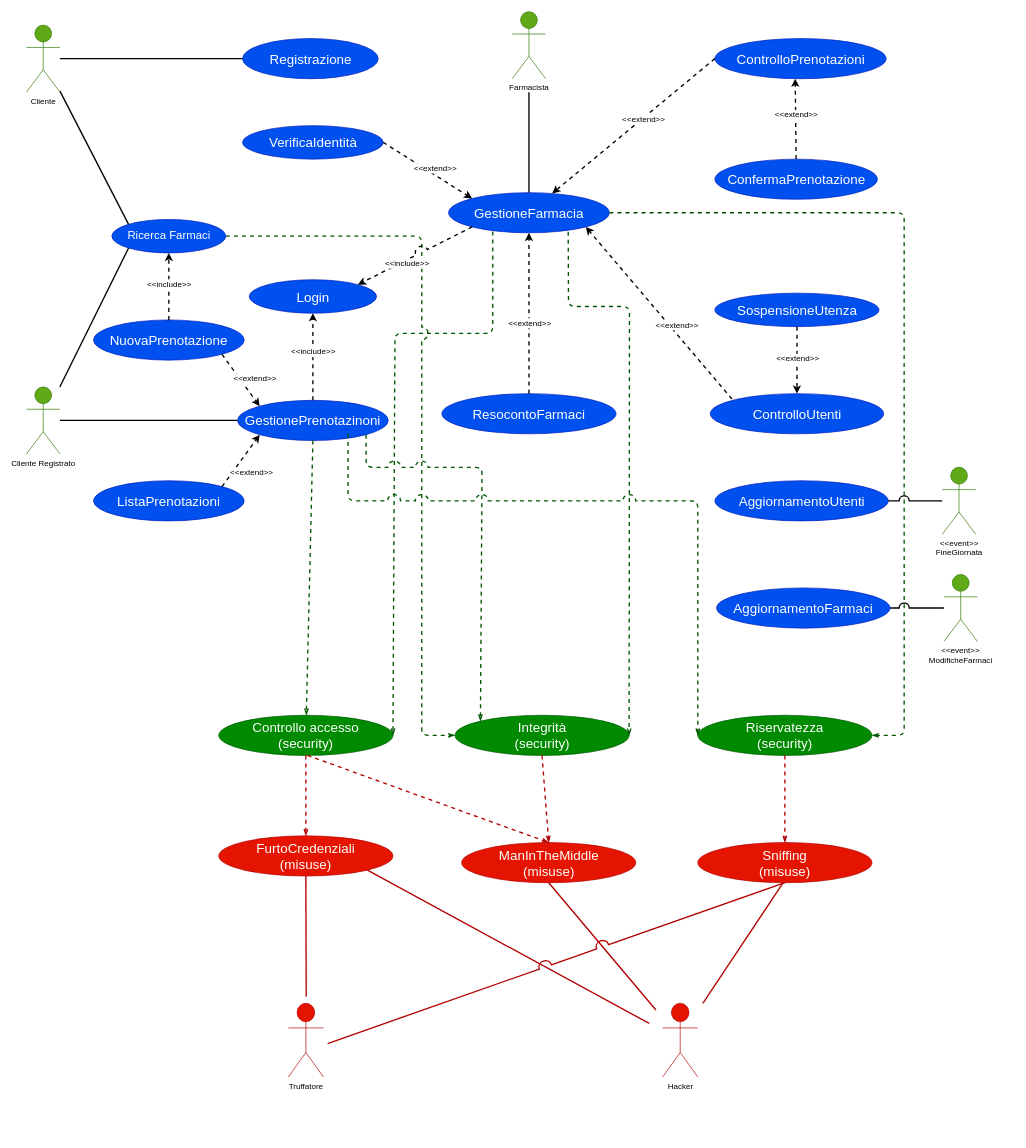
This is drawio/Analisi/SecurityCase.drawio from lnwor/farmabyte-doc, a draw.io file, before an edit. Source tidied: cells renumbered, new cells numbered last; positions are measured from the earlier drawing's top-left corner, leaving out a move shared by most shapes. Both pictures are drawn from the tidied source at 67%, with x=0, y=0 at pixel (26, 11).
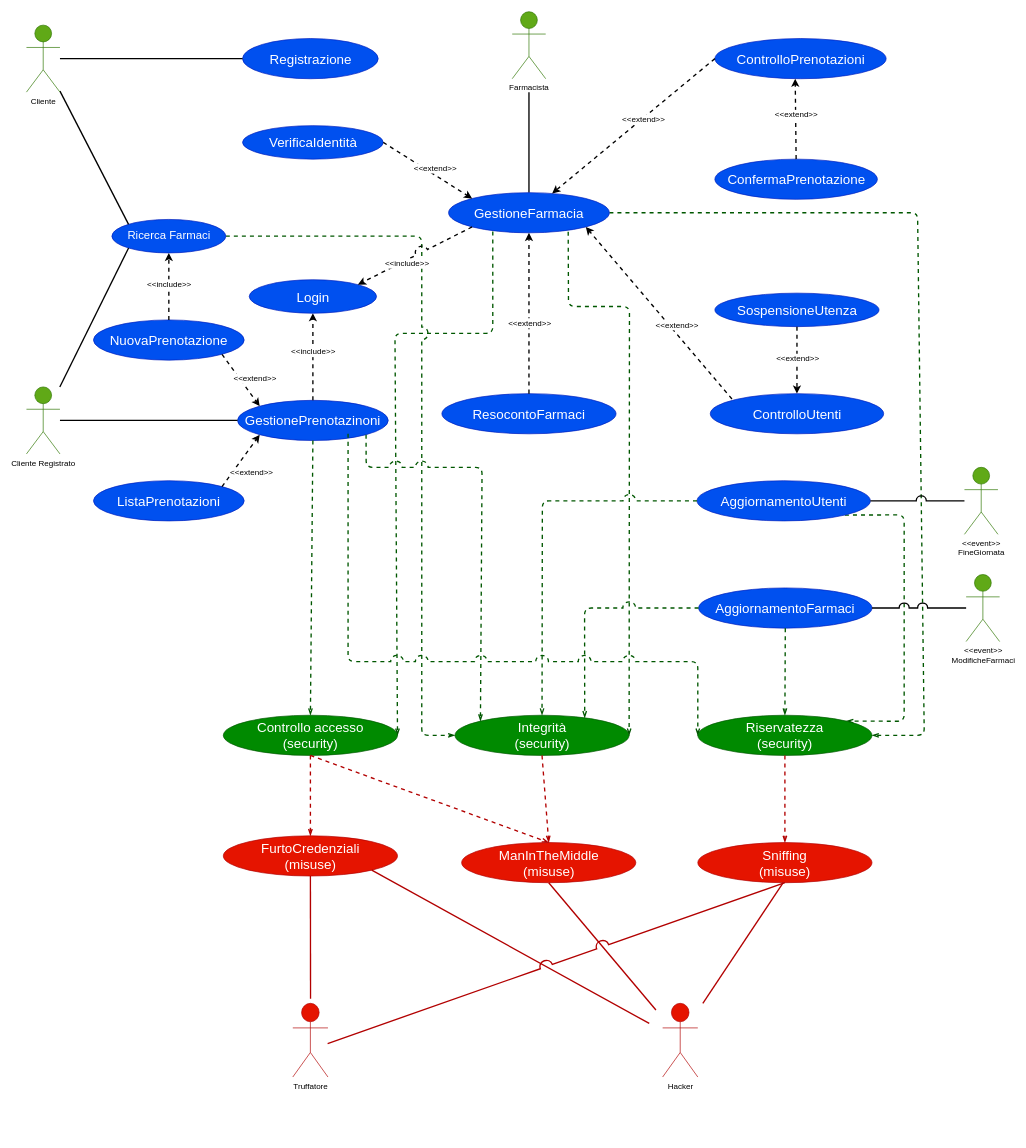
After the change.

Commit message (it also covers changes not shown here):
modificate relazioni sulla sicurezza dei casi d'uso

The change refers to these unchanged cells:
```xml
<mxCell id="6" value="GestioneFarmacia" style="ellipse;whiteSpace=wrap;html=1;labelBackgroundColor=none;fillColor=#0050ef;strokeColor=#001DBC;fontSize=20;fontColor=#ffffff;" parent="1" vertex="1">
  <mxGeometry x="630" y="270" width="240" height="60" as="geometry" />
</mxCell>
<mxCell id="7" value="GestionePrenotazinoni" style="ellipse;whiteSpace=wrap;html=1;labelBackgroundColor=none;fontSize=20;fillColor=#0050ef;strokeColor=#001DBC;fontColor=#ffffff;" parent="1" vertex="1">
  <mxGeometry x="315" y="580" width="225" height="60" as="geometry" />
</mxCell>
<mxCell id="37" value="Riservatezza&lt;br&gt;(security)" style="ellipse;whiteSpace=wrap;html=1;fontSize=20;fillColor=#008a00;strokeColor=#005700;fontColor=#ffffff;" parent="1" vertex="1">
  <mxGeometry x="1002" y="1050" width="260" height="60" as="geometry" />
</mxCell>
<mxCell id="38" value="Integrità&lt;br&gt;(security)" style="ellipse;whiteSpace=wrap;html=1;fontSize=20;fillColor=#008a00;strokeColor=#005700;fontColor=#ffffff;" parent="1" vertex="1">
  <mxGeometry x="639.5" y="1050" width="260" height="60" as="geometry" />
</mxCell>
<mxCell id="43" value="ManInTheMiddle&lt;br&gt;(misuse)" style="ellipse;whiteSpace=wrap;html=1;fontSize=20;fillColor=#e51400;strokeColor=#B20000;fontColor=#ffffff;" parent="1" vertex="1">
  <mxGeometry x="649.5" y="1240" width="260" height="60" as="geometry" />
</mxCell>
```

The edit, as a diff of the source:
```diff
@@
+    <mxCell id="76" style="endArrow=openThin;html=1;strokeWidth=2;fillColor=#008a00;strokeColor=#005700;endFill=0;jumpStyle=arc;dashed=1;jumpSize=17;exitX=1;exitY=1;exitDx=0;exitDy=0;entryX=1;entryY=0;entryDx=0;entryDy=0;" parent="1" edge="1" source="71" target="37">
+      <mxGeometry relative="1" as="geometry">
+        <Array as="points">
+          <mxPoint x="1310" y="751" />
+          <mxPoint x="1310" y="1059" />
+        </Array>
+      </mxGeometry>
+    </mxCell>
+    <mxCell id="40" style="endArrow=openThin;html=1;strokeWidth=2;fillColor=#008a00;strokeColor=#005700;endFill=0;jumpStyle=arc;dashed=1;jumpSize=17;entryX=1;entryY=0.5;entryDx=0;entryDy=0;exitX=1;exitY=0.5;exitDx=0;exitDy=0;" parent="1" edge="1" source="6" target="37">
+      <mxGeometry relative="1" as="geometry">
+        <Array as="points">
+          <mxPoint x="1330" y="300" />
+          <mxPoint x="1340" y="1080" />
+        </Array>
+      </mxGeometry>
+    </mxCell>
@@
     <mxCell id="36" value="Controllo accesso&lt;br&gt;(security)" style="ellipse;whiteSpace=wrap;html=1;fontSize=20;fillColor=#008a00;strokeColor=#005700;fontColor=#ffffff;" parent="1" vertex="1">
-      <mxGeometry x="287" y="1050" width="260" height="60" as="geometry" />
+      <mxGeometry x="293.8" y="1050" width="260" height="60" as="geometry" />
     </mxCell>
@@
-    <mxCell id="39" style="endArrow=openThin;html=1;strokeWidth=2;exitX=0.5;exitY=1;exitDx=0;exitDy=0;fillColor=#008a00;strokeColor=#005700;endFill=0;jumpStyle=arc;dashed=1;jumpSize=17;" parent="1" edge="1" source="7" target="36">
+    <mxCell id="39" style="endArrow=openThin;html=1;strokeWidth=2;fillColor=#008a00;strokeColor=#005700;endFill=0;jumpStyle=arc;dashed=1;jumpSize=17;exitX=0.5;exitY=1;exitDx=0;exitDy=0;entryX=0.5;entryY=0;entryDx=0;entryDy=0;" parent="1" edge="1" source="7" target="36">
       <mxGeometry relative="1" as="geometry" />
     </mxCell>
-    <mxCell id="40" style="endArrow=openThin;html=1;strokeWidth=2;exitX=1;exitY=0.5;exitDx=0;exitDy=0;fillColor=#008a00;strokeColor=#005700;endFill=0;jumpStyle=arc;dashed=1;jumpSize=17;entryX=1;entryY=0.5;entryDx=0;entryDy=0;" parent="1" edge="1" source="6" target="37">
-      <mxGeometry relative="1" as="geometry">
-        <Array as="points">
-          <mxPoint x="1310" y="300" />
-          <mxPoint x="1310" y="680" />
-          <mxPoint x="1310" y="1080" />
-        </Array>
-      </mxGeometry>
-    </mxCell>
@@
     <mxCell id="44" value="FurtoCredenziali&lt;br&gt;(misuse)" style="ellipse;whiteSpace=wrap;html=1;fontSize=20;fillColor=#e51400;strokeColor=#B20000;fontColor=#ffffff;" parent="1" vertex="1">
-      <mxGeometry x="287" y="1230" width="260" height="60" as="geometry" />
+      <mxGeometry x="293.8" y="1230" width="260" height="60" as="geometry" />
     </mxCell>
@@
     <mxCell id="46" style="endArrow=none;html=1;strokeWidth=2;exitX=0.5;exitY=1;exitDx=0;exitDy=0;fillColor=#e51400;strokeColor=#B20000;endFill=0;" parent="1" edge="1" source="44">
       <mxGeometry relative="1" as="geometry">
-        <mxPoint x="417.5" y="1470" as="targetPoint" />
+        <mxPoint x="424" y="1473" as="targetPoint" />
       </mxGeometry>
     </mxCell>
@@
-    <mxCell id="49" style="endArrow=openThin;html=1;strokeWidth=2;fillColor=#e51400;strokeColor=#B20000;entryX=0.5;entryY=0;entryDx=0;entryDy=0;endFill=0;jumpStyle=arc;dashed=1;jumpSize=17;" parent="1" edge="1" target="43">
-      <mxGeometry relative="1" as="geometry">
-        <mxPoint x="419.5" y="1110" as="sourcePoint" />
-      </mxGeometry>
+    <mxCell id="49" style="endArrow=openThin;html=1;strokeWidth=2;fillColor=#e51400;strokeColor=#B20000;entryX=0.5;entryY=0;entryDx=0;entryDy=0;endFill=0;jumpStyle=arc;dashed=1;jumpSize=17;exitX=0.5;exitY=1;exitDx=0;exitDy=0;" parent="1" edge="1" source="36" target="43">
+      <mxGeometry relative="1" as="geometry" />
     </mxCell>
@@
     <mxCell id="53" value="Truffatore" style="shape=umlActor;verticalLabelPosition=bottom;verticalAlign=top;html=1;labelBackgroundColor=none;fillColor=#e51400;strokeColor=#B20000;" parent="1" vertex="1">
-      <mxGeometry x="390.8" y="1480" width="52.5" height="110" as="geometry" />
+      <mxGeometry x="397.5" y="1480" width="52.5" height="110" as="geometry" />
     </mxCell>
@@
-    <mxCell id="59" style="endArrow=openThin;html=1;strokeWidth=2;fillColor=#008a00;strokeColor=#005700;entryX=0;entryY=0.5;entryDx=0;entryDy=0;endFill=0;jumpStyle=arc;dashed=1;jumpSize=17;shadow=0;sketch=0;rounded=1;" parent="1" edge="1" target="37">
-      <mxGeometry relative="1" as="geometry">
-        <mxPoint x="480" y="630" as="sourcePoint" />
-        <Array as="points">
-          <mxPoint x="480" y="730" />
-          <mxPoint x="1002" y="730" />
-        </Array>
-      </mxGeometry>
-    </mxCell>
@@
     <mxCell id="70" value="&lt;div&gt;&amp;lt;&amp;lt;event&amp;gt;&amp;gt;&lt;/div&gt;&lt;div&gt;FineGiornata&lt;br&gt;&lt;/div&gt;" style="shape=umlActor;verticalLabelPosition=bottom;verticalAlign=top;html=1;outlineConnect=0;labelBackgroundColor=none;fontSize=12;fillColor=#60a917;strokeColor=#2D7600;" parent="1" vertex="1">
-      <mxGeometry x="1366.9" y="680" width="50" height="100" as="geometry" />
+      <mxGeometry x="1400" y="680" width="50" height="100" as="geometry" />
     </mxCell>
     <mxCell id="71" value="AggiornamentoUtenti" style="ellipse;whiteSpace=wrap;html=1;labelBackgroundColor=none;fontSize=20;fillColor=#0050ef;strokeColor=#001DBC;fontColor=#ffffff;" parent="1" vertex="1">
-      <mxGeometry x="1027.5" y="700" width="258.8" height="60" as="geometry" />
+      <mxGeometry x="1000.8" y="700" width="258.8" height="60" as="geometry" />
     </mxCell>
@@
     <mxCell id="73" value="&lt;div&gt;&amp;lt;&amp;lt;event&amp;gt;&amp;gt;&lt;/div&gt;&lt;div&gt;ModificheFarmaci&lt;/div&gt;" style="shape=umlActor;verticalLabelPosition=bottom;verticalAlign=top;html=1;outlineConnect=0;labelBackgroundColor=none;fontSize=12;fillColor=#60a917;strokeColor=#2D7600;" parent="1" vertex="1">
-      <mxGeometry x="1369.4" y="840" width="50" height="100" as="geometry" />
+      <mxGeometry x="1402.5" y="840" width="50" height="100" as="geometry" />
     </mxCell>
     <mxCell id="74" value="AggiornamentoFarmaci" style="ellipse;whiteSpace=wrap;html=1;labelBackgroundColor=none;fontSize=20;fillColor=#0050ef;strokeColor=#001DBC;fontColor=#ffffff;" parent="1" vertex="1">
-      <mxGeometry x="1030" y="860" width="258.8" height="60" as="geometry" />
+      <mxGeometry x="1003.2" y="860" width="258.8" height="60" as="geometry" />
     </mxCell>
@@
+    <mxCell id="77" style="endArrow=openThin;html=1;strokeWidth=2;fillColor=#008a00;strokeColor=#005700;endFill=0;jumpStyle=arc;dashed=1;jumpSize=17;exitX=0;exitY=0.5;exitDx=0;exitDy=0;entryX=0.5;entryY=0;entryDx=0;entryDy=0;" parent="1" edge="1" source="71" target="38">
+      <mxGeometry relative="1" as="geometry">
+        <Array as="points">
+          <mxPoint x="770" y="730" />
+        </Array>
+      </mxGeometry>
+    </mxCell>
+    <mxCell id="78" style="endArrow=openThin;html=1;strokeWidth=2;fillColor=#008a00;strokeColor=#005700;endFill=0;jumpStyle=arc;dashed=1;jumpSize=17;exitX=0;exitY=0.5;exitDx=0;exitDy=0;entryX=0.745;entryY=0.066;entryDx=0;entryDy=0;entryPerimeter=0;" parent="1" edge="1" source="74" target="38">
+      <mxGeometry relative="1" as="geometry">
+        <Array as="points">
+          <mxPoint x="833" y="890" />
+        </Array>
+      </mxGeometry>
+    </mxCell>
+    <mxCell id="59" style="endArrow=openThin;html=1;strokeWidth=2;fillColor=#008a00;strokeColor=#005700;entryX=0;entryY=0.5;entryDx=0;entryDy=0;endFill=0;jumpStyle=arc;dashed=1;jumpSize=17;shadow=0;sketch=0;rounded=1;" parent="1" edge="1" target="37">
+      <mxGeometry relative="1" as="geometry">
+        <mxPoint x="480" y="630" as="sourcePoint" />
+        <Array as="points">
+          <mxPoint x="480" y="970" />
+          <mxPoint x="1002" y="970" />
+        </Array>
+      </mxGeometry>
+    </mxCell>
+    <mxCell id="79" style="endArrow=openThin;html=1;strokeWidth=2;fillColor=#008a00;strokeColor=#005700;endFill=0;jumpStyle=arc;dashed=1;jumpSize=17;exitX=0.5;exitY=1;exitDx=0;exitDy=0;entryX=0.5;entryY=0;entryDx=0;entryDy=0;" parent="1" edge="1" source="74" target="37">
+      <mxGeometry relative="1" as="geometry" />
+    </mxCell>
```
